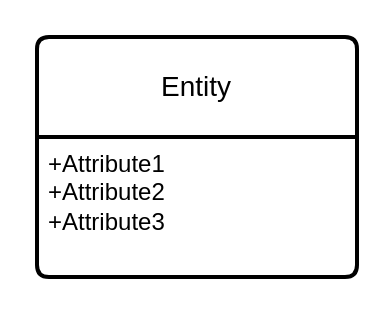
aukduck/deploy-ecommerce keeps this draw.io diagram as Untitled Diagram.drawio. Above is the earlier version. Source tidied: cells renumbered, new cells numbered last; positions are measured from the earlier drawing's top-left corner, leaving out a move shared by most shapes. Both pictures are drawn from the tidied source at 200%, with x=0, y=0 at pixel (36, 36).
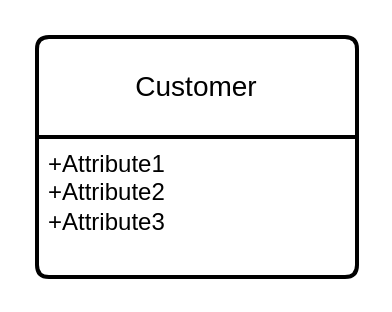
After the change.

Change to the diagram source:
```diff
@@
 <mxGraphModel>
   <root>
     <mxCell id="0" />
     <mxCell id="1" parent="0" />
-    <mxCell id="2" value="Entity" style="swimlane;horizontal=1;startSize=50;rounded=1;fontSize=14;fontStyle=0;strokeWidth=2;shadow=0;dashed=0;align=center;arcSize=4;whiteSpace=wrap;html=1;" parent="1" vertex="1">
+    <mxCell id="2" value="Customer" style="swimlane;horizontal=1;startSize=50;rounded=1;fontSize=14;fontStyle=0;strokeWidth=2;shadow=0;dashed=0;align=center;arcSize=4;whiteSpace=wrap;html=1;" parent="1" vertex="1">
       <mxGeometry width="160" height="120" as="geometry" />
     </mxCell>
     <mxCell id="3" value="+Attribute1&#10;+Attribute2&#10;+Attribute3" style="align=left;strokeColor=none;fillColor=none;spacingLeft=4;fontSize=12;verticalAlign=top;html=1;" parent="2" vertex="1">
       <mxGeometry y="50" width="160" height="70" as="geometry" />
     </mxCell>
   </root>
 </mxGraphModel>
```
